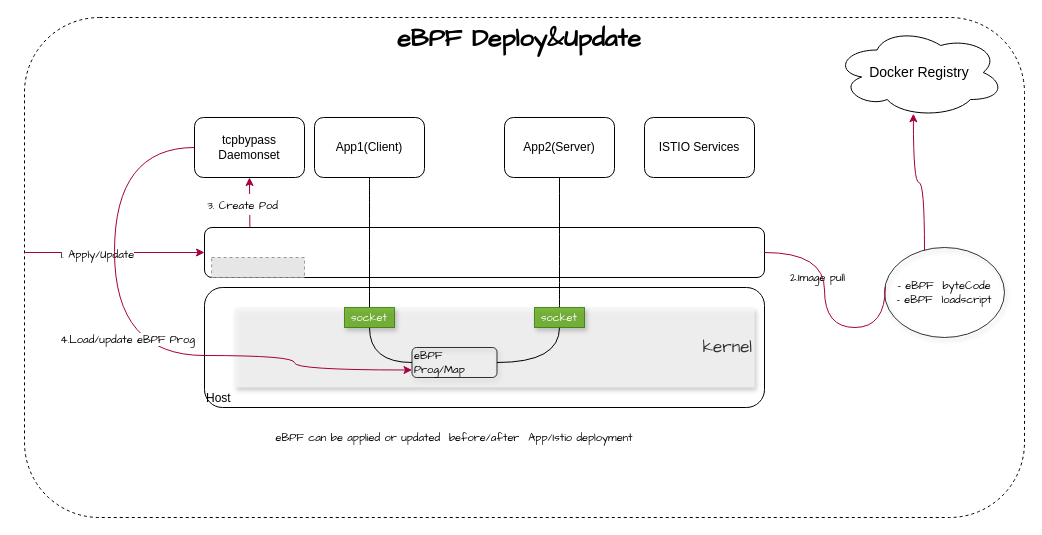
This is workflow_of_tcpbypass_daemonset.drawio from xu1zhou/Documents, a draw.io file, before an edit. Source tidied: cells renumbered, new cells numbered last; positions are measured from the earlier drawing's top-left corner, leaving out a move shared by most shapes. Both pictures are drawn from the tidied source at 100%, with x=0, y=0 at pixel (24, 17). Pictures stored in the file or linked from it are replaced by grey dashed boxes.
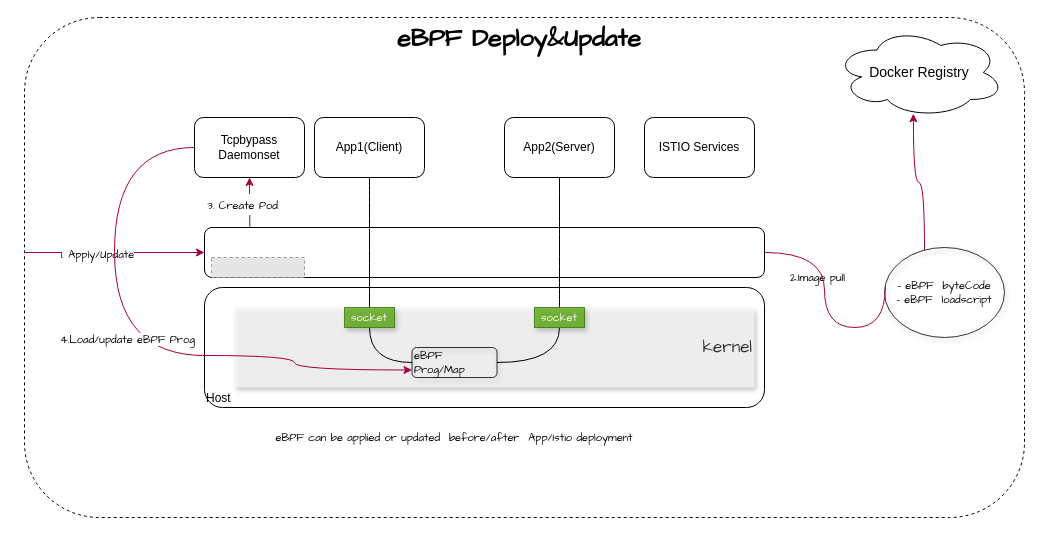
The same page after the edit.

Diff of the diagram source:
```diff
@@
-    <mxCell id="13" value="tcpbypass Daemonset" style="rounded=1;whiteSpace=wrap;html=1;" parent="1" vertex="1">
+    <mxCell id="13" value="Tcpbypass Daemonset" style="rounded=1;whiteSpace=wrap;html=1;" parent="1" vertex="1">
       <mxGeometry x="170" y="100" width="110" height="60" as="geometry" />
     </mxCell>
```
